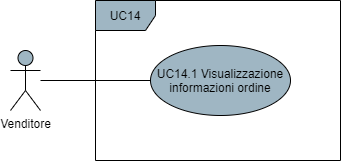
This is DocumentazioneEsterna/AnalisiDeiRequisiti/res/UseCase/Immagini/VisualizzazioneOrdiniMerchant.png from Omicron-Team/Documentazione, a draw.io export, as it was before one commit. Source tidied: cells renumbered, new cells last; positions are measured from the earlier drawing's top-left corner, leaving out a move shared by most shapes.
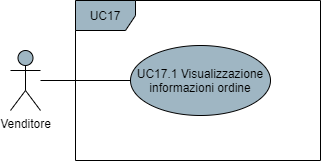
After the commit.

Change to the diagram source:
```diff
@@ -6,12 +6,12 @@
       <mxGeometry relative="1" as="geometry" />
     </mxCell>
     <mxCell id="3" value="Venditore" style="shape=umlActor;verticalLabelPosition=bottom;verticalAlign=top;html=1;fillColor=#9FB6C3;" parent="1" vertex="1">
-      <mxGeometry y="50" width="30" height="60" as="geometry" />
+      <mxGeometry x="20" y="50" width="30" height="60" as="geometry" />
     </mxCell>
-    <mxCell id="4" value="UC14" style="shape=umlFrame;whiteSpace=wrap;html=1;fillColor=#9FB6C3;" parent="1" vertex="1">
+    <mxCell id="4" value="UC17" style="shape=umlFrame;whiteSpace=wrap;html=1;fillColor=#9FB6C3;" parent="1" vertex="1">
       <mxGeometry x="85" width="245" height="160" as="geometry" />
     </mxCell>
-    <mxCell id="5" value="UC14.1 Visualizzazione informazioni ordine" style="ellipse;whiteSpace=wrap;html=1;fillColor=#9FB6C3;" parent="1" vertex="1">
+    <mxCell id="5" value="UC17.1 Visualizzazione informazioni ordine" style="ellipse;whiteSpace=wrap;html=1;fillColor=#9FB6C3;" parent="1" vertex="1">
       <mxGeometry x="140" y="45" width="140" height="70" as="geometry" />
     </mxCell>
   </root>
```
